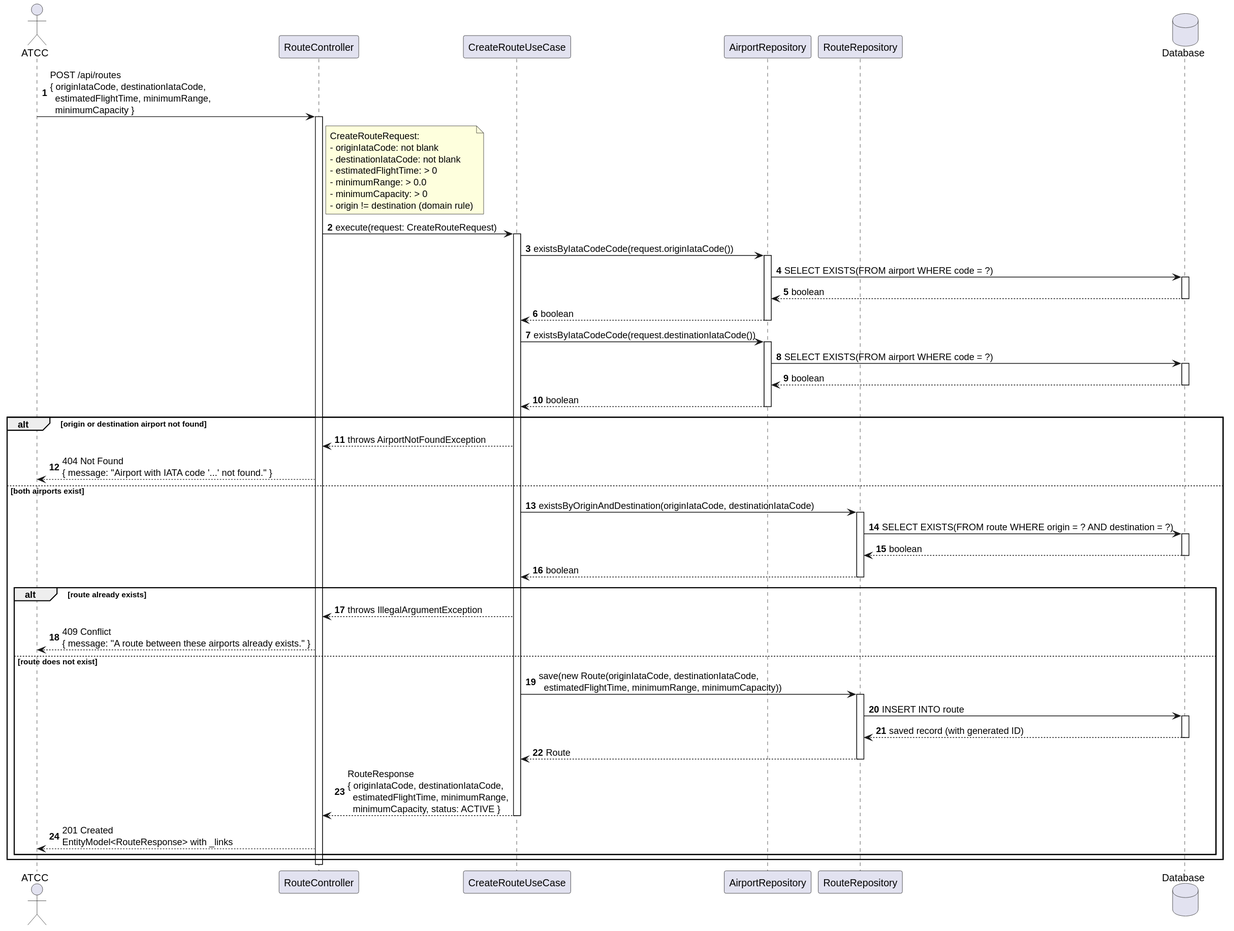
Before: docs/system-documentation/use-cases/WP3A/US110/svg/sd_us110.svg, a diagram exported from PlantUML (VascoMagolo/psoft_1231562_1241692_1242036_2db).
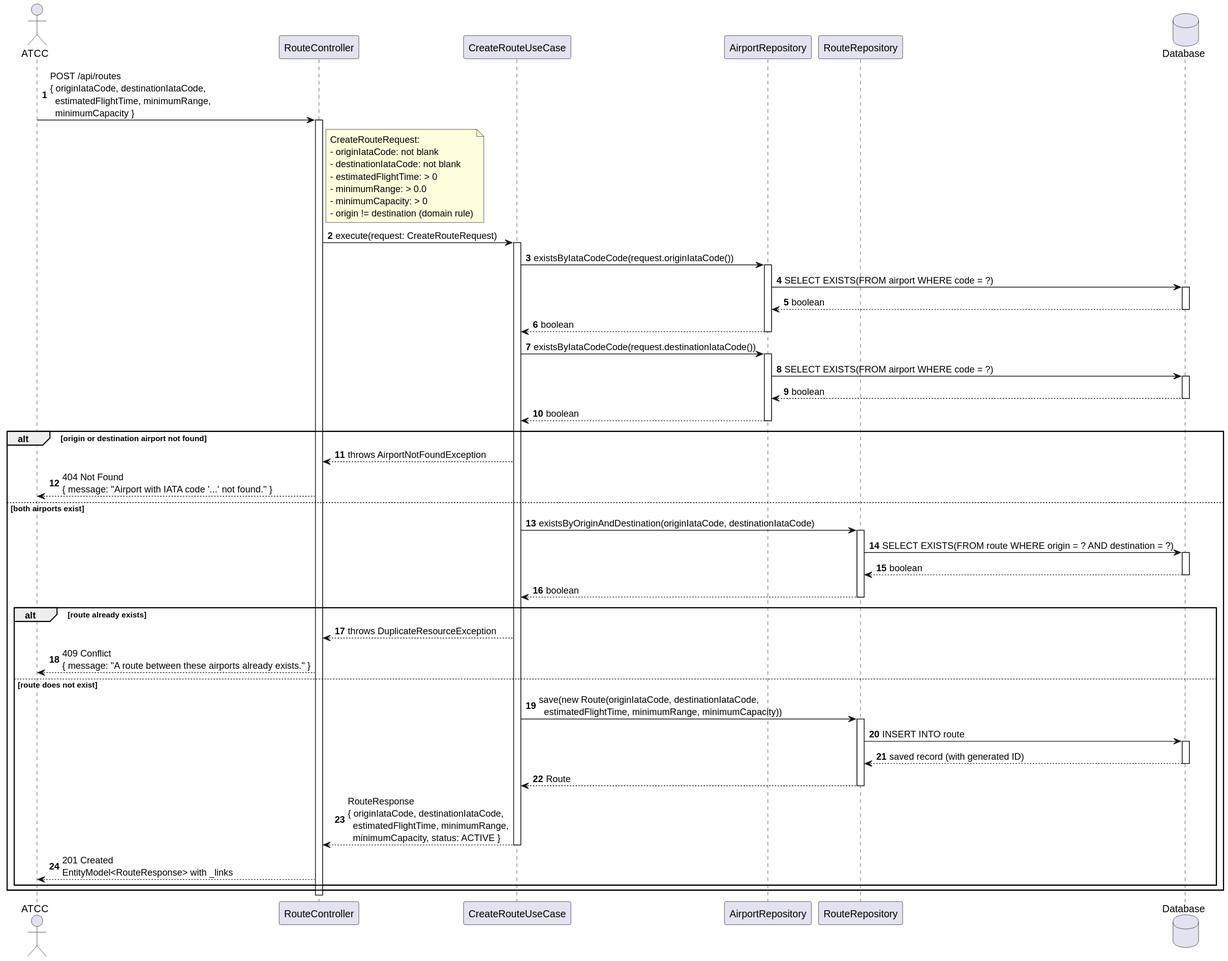
Above is the later version.

Change to the diagram source:
```diff
@@ -55,7 +55,7 @@
   deactivate RouteRepo
 
   alt route already exists
-    UC --> Ctrl : throws IllegalArgumentException
+    UC --> Ctrl : throws DuplicateResourceException
     Ctrl --> Actor : 409 Conflict\n{ message: "A route between these airports already exists." }
   else route does not exist
     UC -> RouteRepo : save(new Route(originIataCode, destinationIataCode,\n  estimatedFlightTime, minimumRange, minimumCapacity))
```
